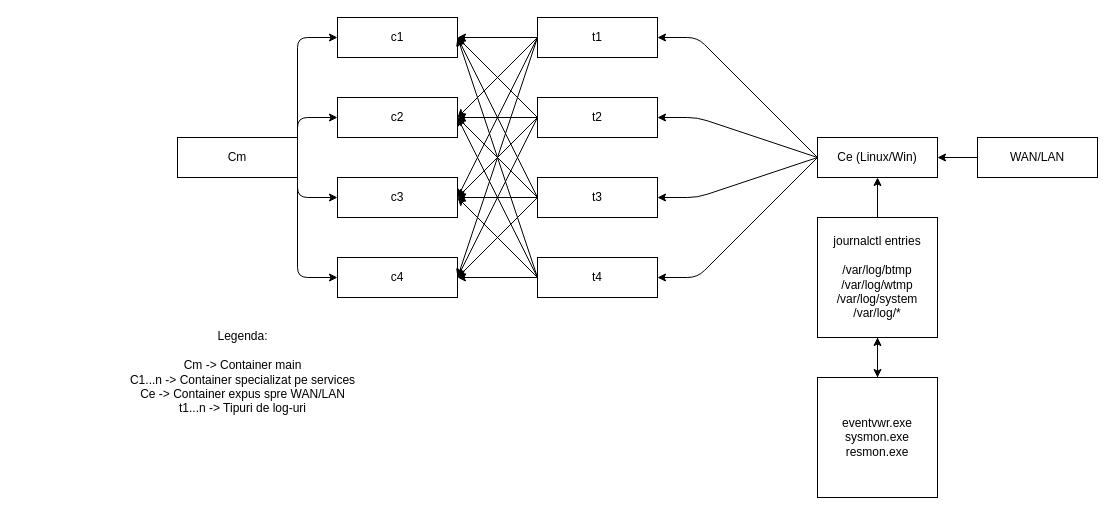
Before: primplanbrainstorm.drawio in 13arch/centralizator, a draw.io diagram. Source tidied: cells renumbered, new cells numbered last; positions are measured from the earlier drawing's top-left corner, leaving out a move shared by most shapes. Both pictures are drawn from the tidied source at 100%, with x=0, y=0 at pixel (102, 17).
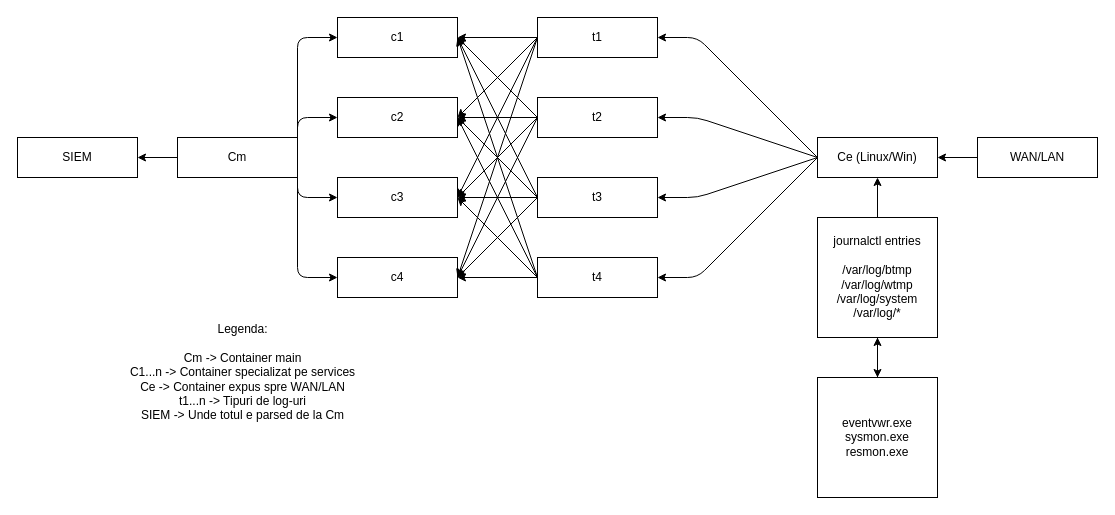
After the change.

Commit message:
Further start

Unchanged cells that the change refers to:
```xml
<mxCell id="6" value="Cm" style="rounded=0;whiteSpace=wrap;html=1;" parent="1" vertex="1">
  <mxGeometry x="75" y="120" width="120" height="40" as="geometry" />
</mxCell>
```

Diff of the diagram source:
```diff
@@
+    <mxCell id="44" style="edgeStyle=none;html=1;" parent="1" edge="1" source="6" target="45">
+      <mxGeometry relative="1" as="geometry" />
+    </mxCell>
@@
-    <mxCell id="11" value="Legenda:&lt;br&gt;&lt;br&gt;Cm -&amp;gt; Container main&lt;br&gt;C1...n -&amp;gt; Container specializat pe services&lt;br&gt;Ce -&amp;gt; Container expus spre WAN/LAN&lt;br&gt;t1...n -&amp;gt; Tipuri de log-uri" style="text;html=1;align=center;verticalAlign=middle;strokeColor=none;fillColor=none;" parent="1" vertex="1">
-      <mxGeometry y="305" width="280" height="100" as="geometry" />
+    <mxCell id="11" value="Legenda:&lt;br&gt;&lt;br&gt;Cm -&amp;gt; Container main&lt;br&gt;C1...n -&amp;gt; Container specializat pe services&lt;br&gt;Ce -&amp;gt; Container expus spre WAN/LAN&lt;br&gt;t1...n -&amp;gt; Tipuri de log-uri&lt;br&gt;SIEM -&amp;gt; Unde totul e parsed de la Cm" style="text;html=1;align=center;verticalAlign=middle;strokeColor=none;fillColor=none;" parent="1" vertex="1">
+      <mxGeometry y="300" width="280" height="110" as="geometry" />
     </mxCell>
@@
+    <mxCell id="45" value="SIEM" style="rounded=0;whiteSpace=wrap;html=1;" parent="1" vertex="1">
+      <mxGeometry x="-85" y="120" width="120" height="40" as="geometry" />
+    </mxCell>
```
